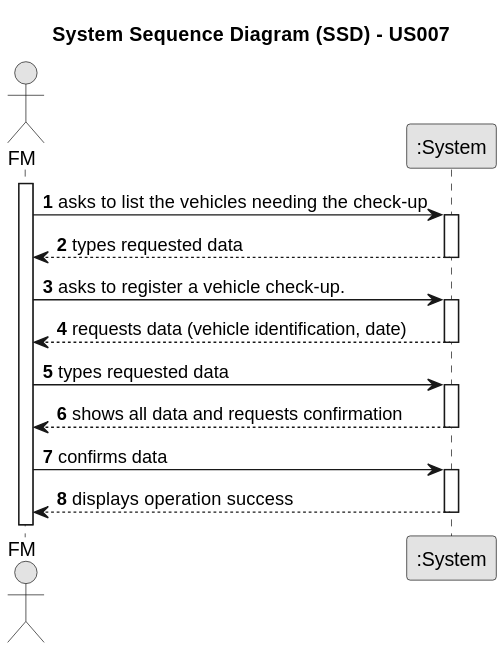
This is docs/sprintA/us007/01.requirements-engineering/svg/us007-system-sequence-diagram-alternative-one.svg from ricardomm7/leaflink, a PlantUML export, as it was before one commit. Its diagram source:
```plantuml
@startuml
skinparam monochrome true
skinparam packageStyle rectangle
skinparam shadowing false

title System Sequence Diagram (SSD) - US007

autonumber

actor "FM" as FM
participant ":System" as System

activate FM

    FM -> System : asks to list the vehicles needing the check-up
        activate System

    System --> FM : types requested data
        deactivate System

    FM -> System : asks to register a vehicle check-up.
    activate System

        System --> FM : requests data (vehicle identification, date)
    deactivate System

    FM -> System : types requested data
    activate System

        System --> FM : shows all data and requests confirmation
    deactivate System

    FM -> System : confirms data
    activate System

        System --> FM : displays operation success
    deactivate System
@enduml
```
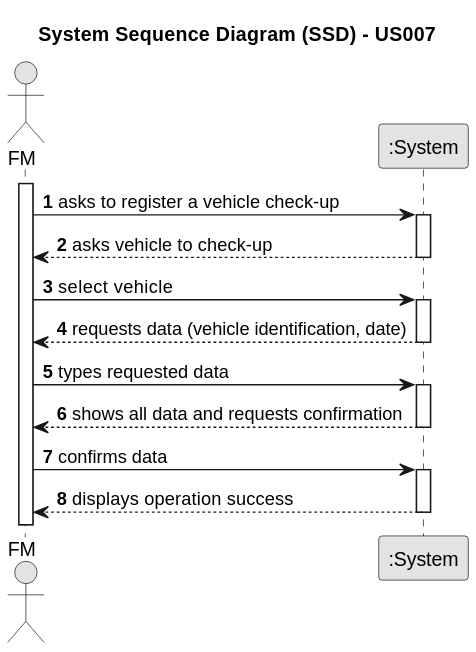
The same file after the commit.

The edit, as a diff of the source:
```diff
@@ -12,16 +12,16 @@
 
 activate FM
 
-    FM -> System : asks to list the vehicles needing the check-up
+    FM -> System : asks to register a vehicle check-up
         activate System
 
-    System --> FM : types requested data
+    System --> FM : asks vehicle to check-up
         deactivate System
 
-    FM -> System : asks to register a vehicle check-up.
+    FM -> System : select  vehicle
     activate System
 
-        System --> FM : requests data (vehicle identification, date)
+    System --> FM : requests data (vehicle identification, date)
     deactivate System
 
     FM -> System : types requested data
```
